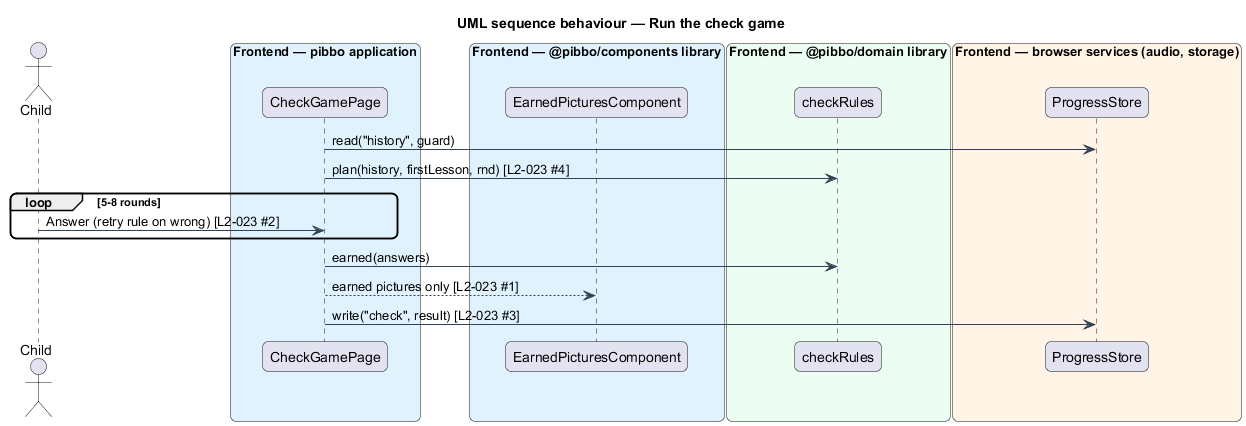
Above: docs/detailed-designs/lessons/check-game/diagrams/sequence-run-check-game.png in QuinntyneBrown/pibbo (PlantUML), before the change.
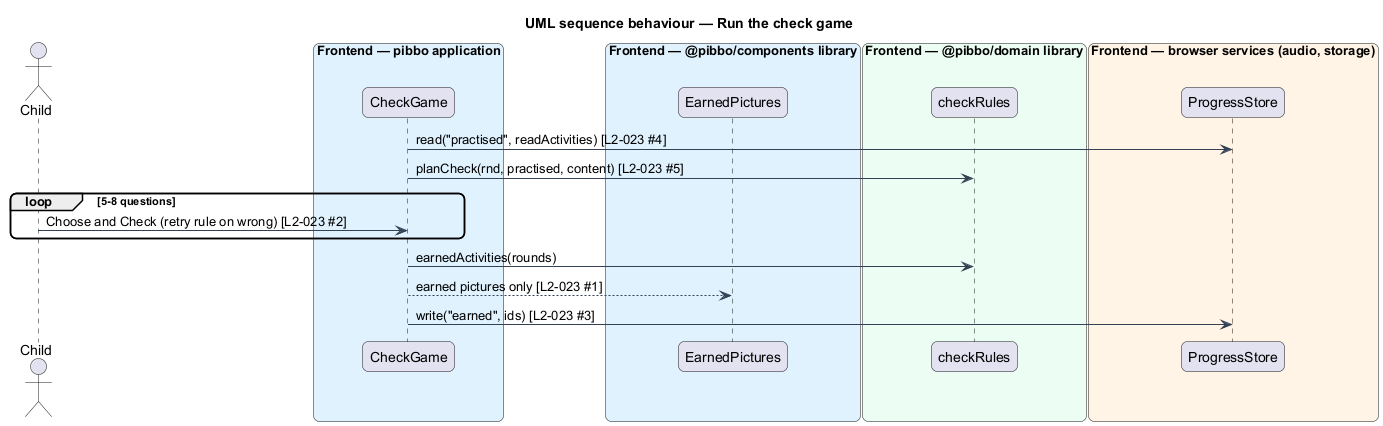
After the change.

Change to the diagram source:
```diff
@@ -7,10 +7,10 @@
 skinparam ArrowColor #344054
 actor "Child" as actor
 box "Frontend — pibbo application" #E0F2FE
-  participant "CheckGamePage" as page
+  participant "CheckGame" as page
 end box
 box "Frontend — @pibbo/components library" #E0F2FE
-  participant "EarnedPicturesComponent" as res
+  participant "EarnedPictures" as res
 end box
 box "Frontend — @pibbo/domain library" #ECFDF3
   participant "checkRules" as rules
@@ -18,12 +18,12 @@
 box "Frontend — browser services (audio, storage)" #FFF4E5
   participant "ProgressStore" as store
 end box
-page -> store : read("history", guard)
-page -> rules : plan(history, firstLesson, rnd) [L2-023 #4]
-loop 5-8 rounds
-  actor -> page : Answer (retry rule on wrong) [L2-023 #2]
+page -> store : read("practised", readActivities) [L2-023 #4]
+page -> rules : planCheck(rnd, practised, content) [L2-023 #5]
+loop 5-8 questions
+  actor -> page : Choose and Check (retry rule on wrong) [L2-023 #2]
 end
-page -> rules : earned(answers)
+page -> rules : earnedActivities(rounds)
 page --> res : earned pictures only [L2-023 #1]
-page -> store : write("check", result) [L2-023 #3]
+page -> store : write("earned", ids) [L2-023 #3]
 @enduml
```
